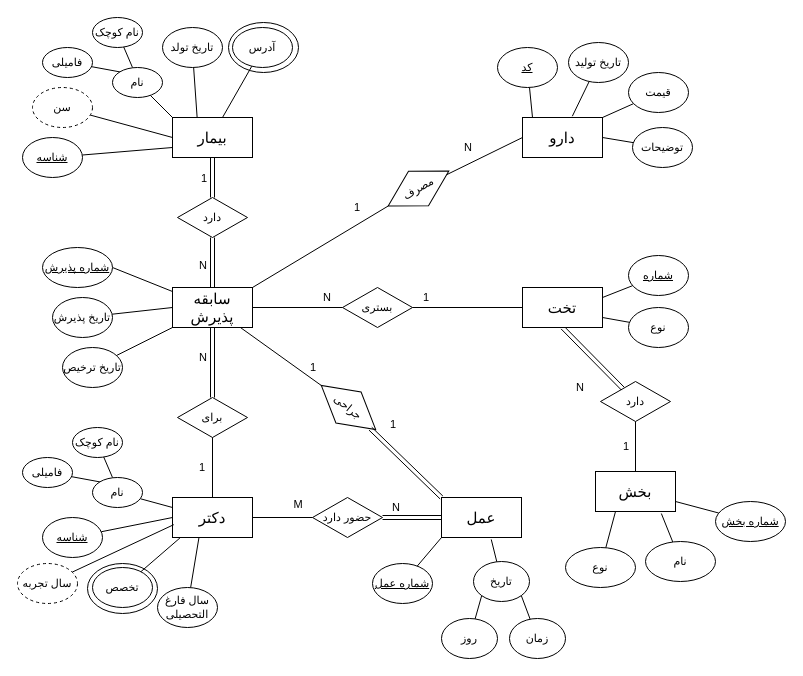
This is page "ER" (1 of 2) of 1/ER/Hospital ER.drawio from HirbodBehnam/DB-Assignments, a draw.io file, before an edit. Source tidied: cells renumbered, new cells numbered last; positions are measured from the earlier drawing's top-left corner, leaving out a move shared by most shapes. Both pictures are drawn from the tidied source at 100%, with x=0, y=0 at pixel (17, 17).
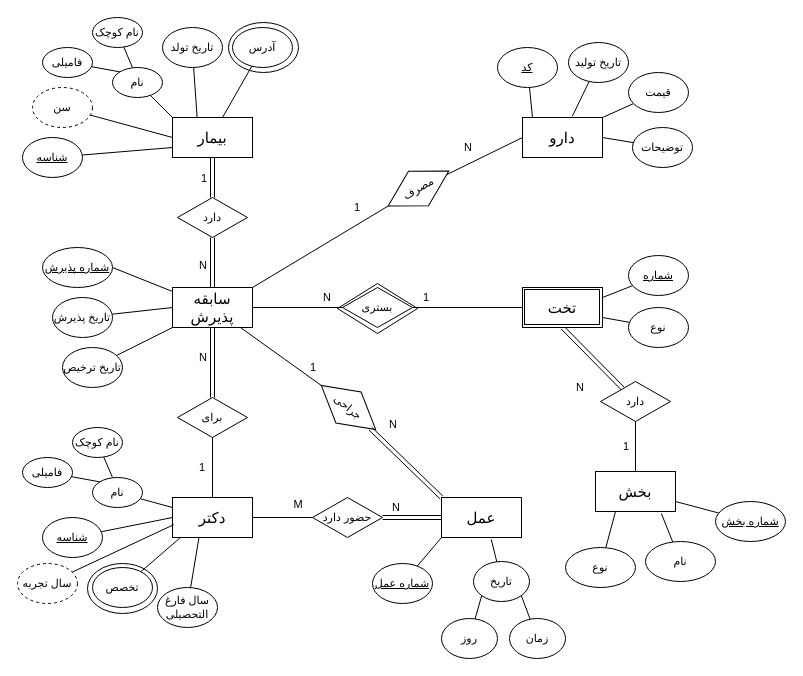
After the change.

Change to the diagram source:
```diff
@@
-    <mxCell id="97" value="1" style="text;html=1;strokeColor=none;fillColor=none;align=center;verticalAlign=middle;whiteSpace=wrap;rounded=0;shadow=0;sketch=0;strokeWidth=1;fontFamily=B Yekan;fontSize=11;" parent="1" vertex="1">
+    <mxCell id="97" value="N" style="text;html=1;strokeColor=none;fillColor=none;align=center;verticalAlign=middle;whiteSpace=wrap;rounded=0;shadow=0;sketch=0;strokeWidth=1;fontFamily=B Yekan;fontSize=11;" parent="1" vertex="1">
       <mxGeometry x="361" y="397" width="30" height="20" as="geometry" />
     </mxCell>
@@
+    <mxCell id="106" style="rounded=0;whiteSpace=wrap;html=1;fontFamily=B Yekan;fontSize=15;fillColor=none;" parent="1" vertex="1">
+      <mxGeometry x="507" y="272" width="75" height="35" as="geometry" />
+    </mxCell>
+    <mxCell id="107" style="rhombus;whiteSpace=wrap;html=1;shadow=0;sketch=0;strokeWidth=1;fontFamily=B Yekan;fontSize=11;fillColor=none;" parent="1" vertex="1">
+      <mxGeometry x="320" y="266" width="80" height="50" as="geometry" />
+    </mxCell>
```
